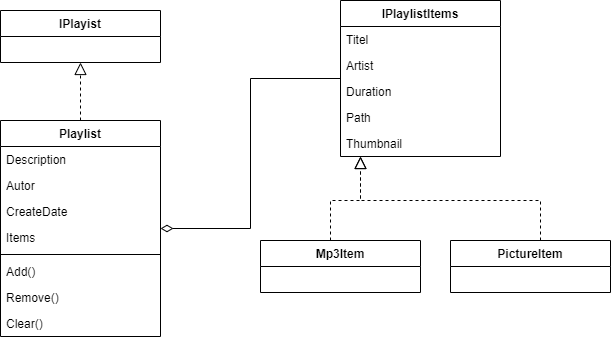
Above: src/PlaylistGenerator-Bsp/images/classes-part1.drawio.png in atillakati/csharp-aufbau-2022-trainer (draw.io), before the change. Source tidied: cells renumbered, new cells last; positions are measured from the earlier drawing's top-left corner, leaving out a move shared by most shapes.
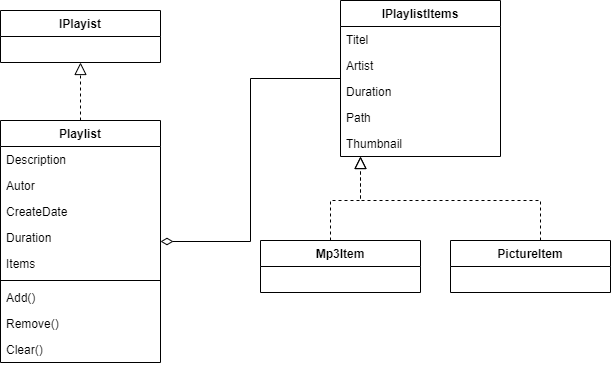
After the change.

Commit message:
Update unit Tests for Playlist

The edit, as a diff of the source:
```diff
@@ -6,7 +6,7 @@
       <mxGeometry relative="1" as="geometry" />
     </mxCell>
     <mxCell id="3" value="Playlist" style="swimlane;fontStyle=1;align=center;verticalAlign=top;horizontal=1;startSize=26;" parent="1" vertex="1">
-      <mxGeometry y="120" width="160" height="216" as="geometry" />
+      <mxGeometry y="120" width="160" height="242" as="geometry" />
     </mxCell>
     <mxCell id="4" value="Description" style="text;strokeColor=none;fillColor=none;align=left;verticalAlign=top;spacingLeft=4;spacingRight=4;overflow=hidden;" parent="3" vertex="1">
       <mxGeometry y="26" width="160" height="26" as="geometry" />
@@ -17,20 +17,23 @@
     <mxCell id="6" value="CreateDate" style="text;strokeColor=none;fillColor=none;align=left;verticalAlign=top;spacingLeft=4;spacingRight=4;overflow=hidden;" parent="3" vertex="1">
       <mxGeometry y="78" width="160" height="26" as="geometry" />
     </mxCell>
+    <mxCell id="24" value="Duration" style="text;strokeColor=none;fillColor=none;align=left;verticalAlign=top;spacingLeft=4;spacingRight=4;overflow=hidden;" parent="3" vertex="1">
+      <mxGeometry y="104" width="160" height="26" as="geometry" />
+    </mxCell>
     <mxCell id="7" value="Items" style="text;strokeColor=none;fillColor=none;align=left;verticalAlign=top;spacingLeft=4;spacingRight=4;overflow=hidden;" parent="3" vertex="1">
-      <mxGeometry y="104" width="160" height="26" as="geometry" />
+      <mxGeometry y="130" width="160" height="26" as="geometry" />
     </mxCell>
     <mxCell id="8" style="line;strokeWidth=1;fillColor=none;align=left;verticalAlign=middle;spacingTop=-1;spacingLeft=3;spacingRight=3;labelPosition=right;" parent="3" vertex="1">
-      <mxGeometry y="130" width="160" height="8" as="geometry" />
+      <mxGeometry y="156" width="160" height="8" as="geometry" />
     </mxCell>
     <mxCell id="9" value="Add()" style="text;strokeColor=none;fillColor=none;align=left;verticalAlign=top;spacingLeft=4;spacingRight=4;overflow=hidden;" parent="3" vertex="1">
-      <mxGeometry y="138" width="160" height="26" as="geometry" />
+      <mxGeometry y="164" width="160" height="26" as="geometry" />
     </mxCell>
     <mxCell id="10" value="Remove()" style="text;strokeColor=none;fillColor=none;align=left;verticalAlign=top;spacingLeft=4;spacingRight=4;overflow=hidden;" parent="3" vertex="1">
-      <mxGeometry y="164" width="160" height="26" as="geometry" />
+      <mxGeometry y="190" width="160" height="26" as="geometry" />
     </mxCell>
     <mxCell id="11" value="Clear()" style="text;strokeColor=none;fillColor=none;align=left;verticalAlign=top;spacingLeft=4;spacingRight=4;overflow=hidden;" parent="3" vertex="1">
-      <mxGeometry y="190" width="160" height="26" as="geometry" />
+      <mxGeometry y="216" width="160" height="26" as="geometry" />
     </mxCell>
     <mxCell id="12" style="edgeStyle=orthogonalEdgeStyle;html=1;endArrow=diamondThin;endFill=0;endSize=10;rounded=0;" parent="1" edge="1" source="13" target="3">
       <mxGeometry relative="1" as="geometry" />
```
